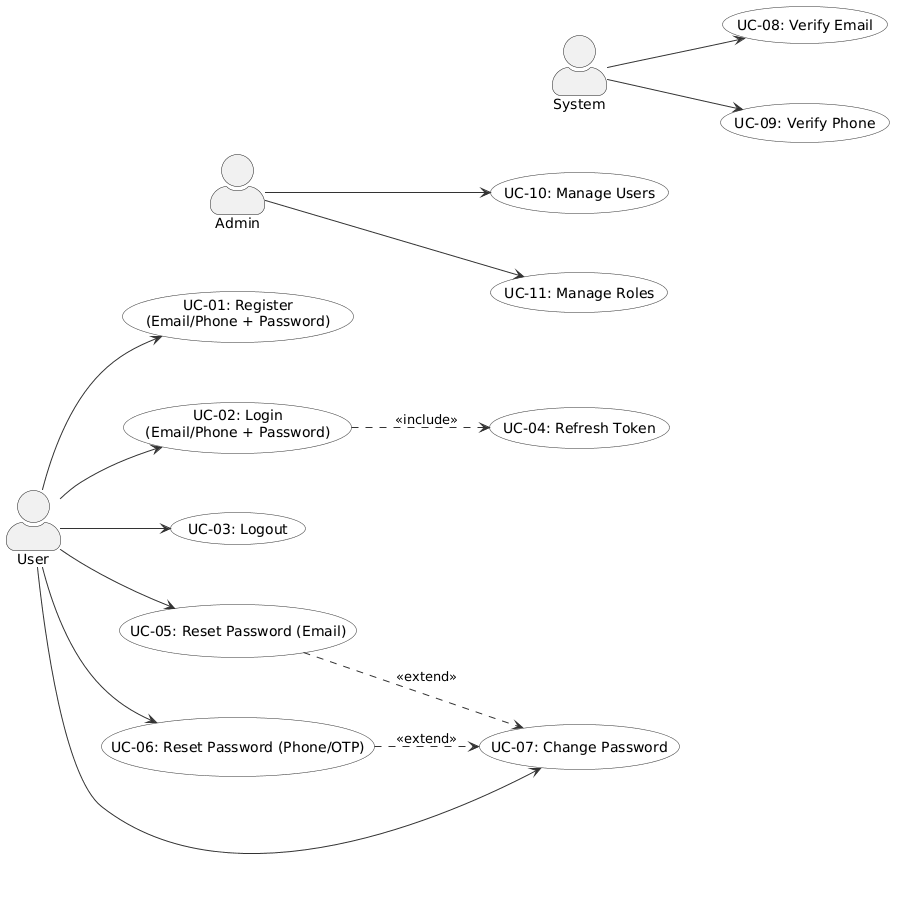
namnh240795/document keeps this PlantUML diagram as modules/auth/images/usecase/usecase-diagram.png. Above is the earlier version.
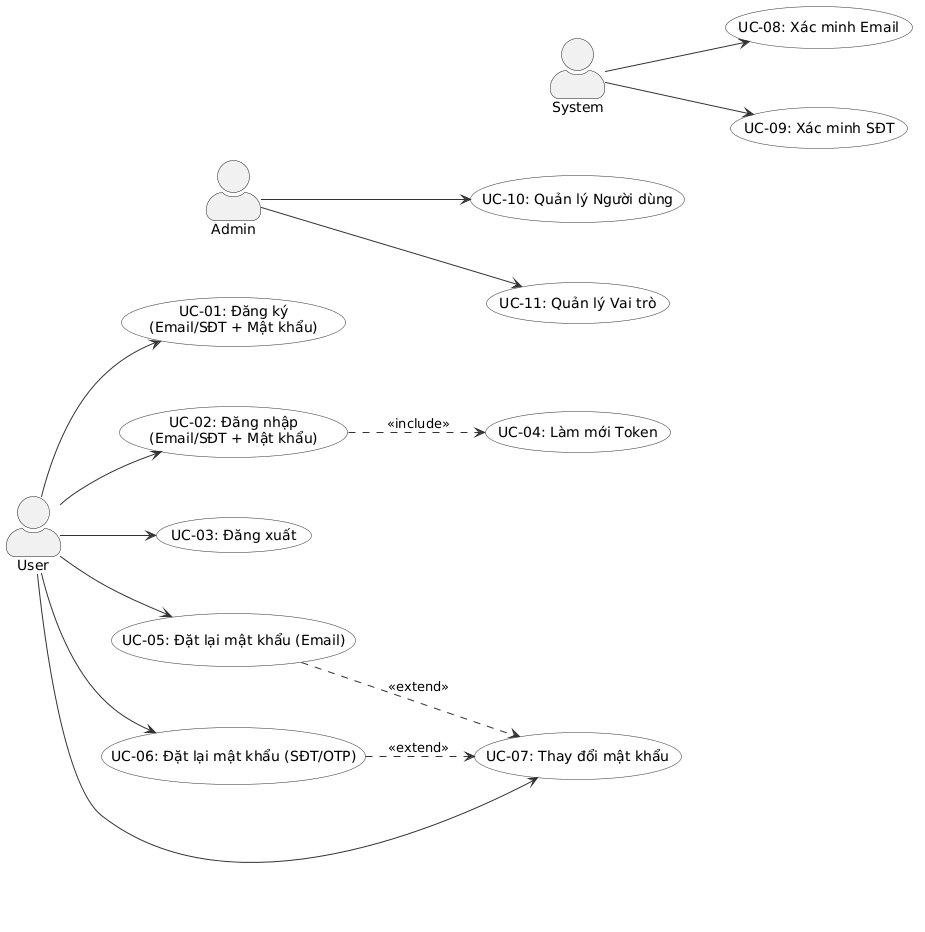
After the change.

The edit, as a diff of the source:
```diff
@@ -19,17 +19,17 @@
 user -[hidden]down- admin
 admin -[hidden]down- system
 
-usecase "UC-01: Register\n(Email/Phone + Password)" as UC01
-usecase "UC-02: Login\n(Email/Phone + Password)" as UC02
-usecase "UC-03: Logout" as UC03
-usecase "UC-04: Refresh Token" as UC04
-usecase "UC-05: Reset Password (Email)" as UC05
-usecase "UC-06: Reset Password (Phone/OTP)" as UC06
-usecase "UC-07: Change Password" as UC07
-usecase "UC-08: Verify Email" as UC08
-usecase "UC-09: Verify Phone" as UC09
-usecase "UC-10: Manage Users" as UC10
-usecase "UC-11: Manage Roles" as UC11
+usecase "UC-01: Đăng ký\n(Email/SĐT + Mật khẩu)" as UC01
+usecase "UC-02: Đăng nhập\n(Email/SĐT + Mật khẩu)" as UC02
+usecase "UC-03: Đăng xuất" as UC03
+usecase "UC-04: Làm mới Token" as UC04
+usecase "UC-05: Đặt lại mật khẩu (Email)" as UC05
+usecase "UC-06: Đặt lại mật khẩu (SĐT/OTP)" as UC06
+usecase "UC-07: Thay đổi mật khẩu" as UC07
+usecase "UC-08: Xác minh Email" as UC08
+usecase "UC-09: Xác minh SĐT" as UC09
+usecase "UC-10: Quản lý Người dùng" as UC10
+usecase "UC-11: Quản lý Vai trò" as UC11
 
 user --> UC01
 user --> UC02
```
